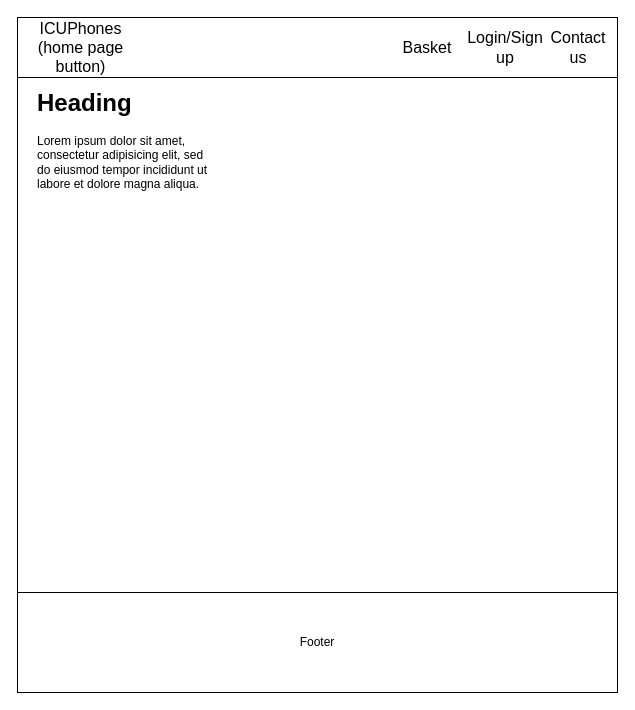
Above: page "Basket page" (6 of 8) of wireframes/Wireframe design B.drawio in Adam-Spenton/unit_13_assignment_2_Adam_Spenton (draw.io), before the change. Source tidied: cells renumbered, new cells numbered last; positions are measured from the earlier drawing's top-left corner, leaving out a move shared by most shapes. Both pictures are drawn from the tidied source at 100%, with x=0, y=0 at pixel (17, 17).
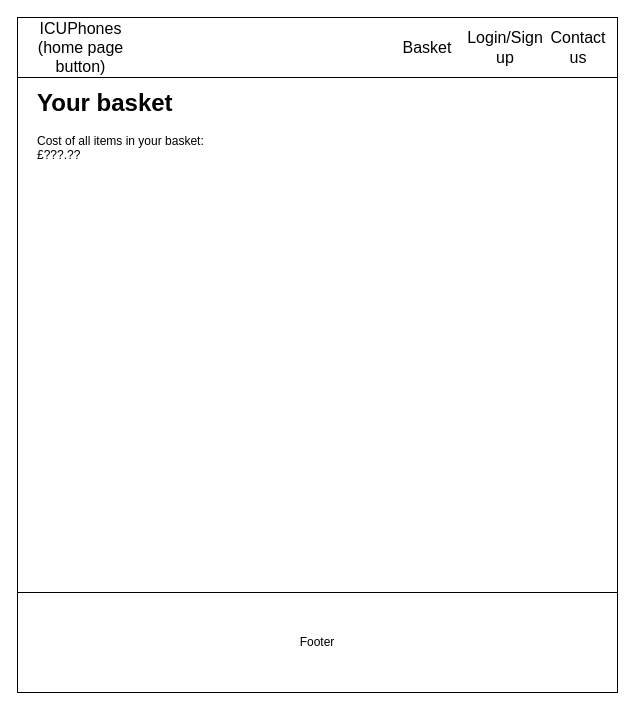
After the change.

Commit message:
Added Wireframe design 2

The edit, as a diff of the source:
```diff
@@
 <mxGraphModel>
   <root>
     <mxCell id="0" />
     <mxCell id="1" parent="0" />
     <mxCell id="2" style="rounded=0;whiteSpace=wrap;html=1;" parent="1" vertex="1">
       <mxGeometry width="600" height="675" as="geometry" />
     </mxCell>
     <mxCell id="3" style="rounded=0;whiteSpace=wrap;html=1;" parent="1" vertex="1">
       <mxGeometry width="600" height="60" as="geometry" />
     </mxCell>
     <mxCell id="4" value="ICUPhones (home page button)" style="text;html=1;align=center;verticalAlign=middle;whiteSpace=wrap;rounded=0;fontSize=16;" parent="1" vertex="1">
       <mxGeometry x="6" y="15" width="115" height="30" as="geometry" />
     </mxCell>
     <mxCell id="5" value="Contact us" style="text;html=1;align=center;verticalAlign=middle;whiteSpace=wrap;rounded=0;fontSize=16;" parent="1" vertex="1">
       <mxGeometry x="531" y="15" width="60" height="30" as="geometry" />
     </mxCell>
     <mxCell id="6" value="Login/Sign up" style="text;html=1;align=center;verticalAlign=middle;whiteSpace=wrap;rounded=0;fontSize=16;" parent="1" vertex="1">
       <mxGeometry x="458" y="15" width="60" height="30" as="geometry" />
     </mxCell>
     <mxCell id="7" value="Basket" style="text;html=1;align=center;verticalAlign=middle;whiteSpace=wrap;rounded=0;fontSize=16;" parent="1" vertex="1">
       <mxGeometry x="380" y="15" width="60" height="30" as="geometry" />
     </mxCell>
     <mxCell id="8" value="Footer" style="rounded=0;whiteSpace=wrap;html=1;" parent="1" vertex="1">
       <mxGeometry y="575" width="600" height="100" as="geometry" />
     </mxCell>
-    <mxCell id="9" value="&lt;h1&gt;Heading&lt;/h1&gt;&lt;p&gt;Lorem ipsum dolor sit amet, consectetur adipisicing elit, sed do eiusmod tempor incididunt ut labore et dolore magna aliqua.&lt;/p&gt;" style="text;html=1;spacing=5;spacingTop=-20;whiteSpace=wrap;overflow=hidden;rounded=0;" parent="1" vertex="1">
+    <mxCell id="9" value="&lt;h1&gt;Your basket&lt;/h1&gt;&lt;p&gt;Cost of all items in your basket: £???.??&lt;/p&gt;" style="text;html=1;spacing=5;spacingTop=-20;whiteSpace=wrap;overflow=hidden;rounded=0;" parent="1" vertex="1">
       <mxGeometry x="15" y="66" width="190" height="120" as="geometry" />
     </mxCell>
   </root>
 </mxGraphModel>
```
